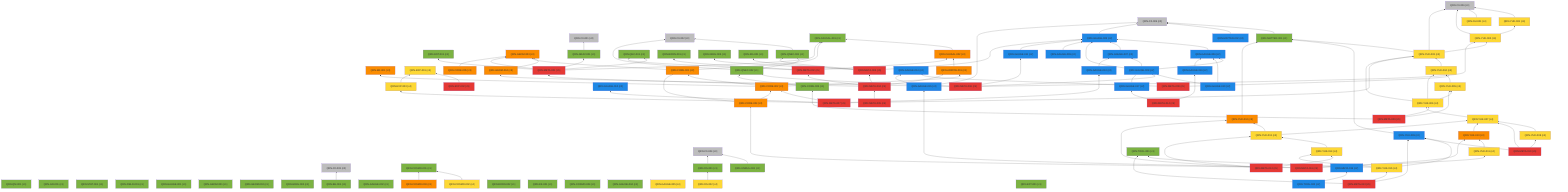
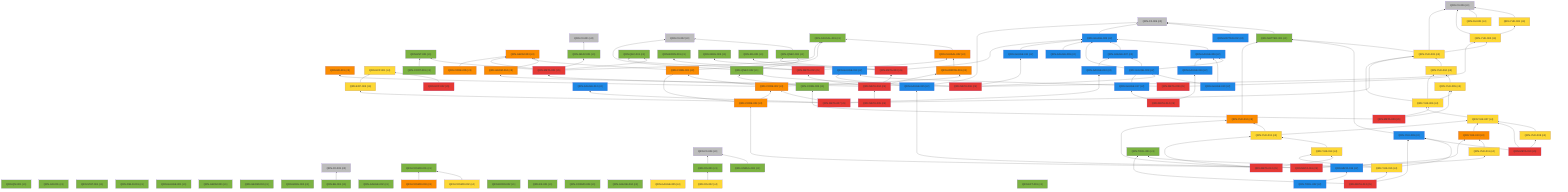
%% 自動生成 (dag/report.pl) — QRN 主張依存グラフ
graph BT
  QRN_C0_001["QRN-C0-001 (c0)"]:::c0
  QRN_C0_002["QRN-C0-002 (c0)"]:::c0
  QRN_C0_003["QRN-C0-003 (c0)"]:::c0
  QRN_C0_004["QRN-C0-004 (c0)"]:::c0
  QRN_C0_005["QRN-C0-005 (c0)"]:::c0
  QRN_C0_006["QRN-C0-006 (c0)"]:::c0
  QRN_QM_001["QRN-QM-001 (c1)"]:::c1
  QRN_GR_001["QRN-GR-001 (c1)"]:::c1
  QRN_STAT_001["QRN-STAT-001 (c1)"]:::c1
  QRN_FIELD_001["QRN-FIELD-001 (c1)"]:::c1
  QRN_GAUGE_001["QRN-GAUGE-001 (c1)"]:::c1
  QRN_ENT_001["QRN-ENT-001 (c1)"]:::c1
  QRN_GEOM_001["QRN-GEOM-001 (c1)"]:::c1
  QRN_GEOM_002["QRN-GEOM-002 (c1)"]:::c1
  QRN_GEOM_003["QRN-GEOM-003 (c3)"]:::c3
  QRN_GRAV_001["QRN-GRAV-001 (c1)"]:::c1
  QRN_GRAV_002["QRN-GRAV-002 (c1)"]:::c1
  QRN_BH_001["QRN-BH-001 (c1)"]:::c1
  QRN_CAUSAL_001["QRN-CAUSAL-001 (c1)"]:::c1
  QRN_CAUSAL_002["QRN-CAUSAL-002 (c3)"]:::c3
  QRN_ER_001["QRN-ER-001 (c3)"]:::c3
  QRN_QEC_001["QRN-QEC-001 (c1)"]:::c1
  QRN_GAUGE_002["QRN-GAUGE-002 (c1)"]:::c1
  QRN_COSMO_001["QRN-COSMO-001 (c1)"]:::c1
  QRN_COSMO_002["QRN-COSMO-002 (c4)"]:::c4
  QRN_COSMO_003["QRN-COSMO-003 (c3)"]:::c3
  QRN_BORN_001["QRN-BORN-001 (c1)"]:::c1
  QRN_BORN_002["QRN-BORN-002 (c1)"]:::c1
  QRN_GRAV_003["QRN-GRAV-003 (c1)"]:::c1
  QRN_KK_001["QRN-KK-001 (c1)"]:::c1
  QRN_MATTER_001["QRN-MATTER-001 (c1)"]:::c1
  QRN_MATTER_002["QRN-MATTER-002 (c2)"]:::c2
  QRN_COSMO_004["QRN-COSMO-004 (c1)"]:::c1
  QRN_EXP_001["QRN-EXP-001 (c4)"]:::c4
  QRN_GAUGE_003["QRN-GAUGE-003 (c2)"]:::c2
  QRN_GAUGE_004["QRN-GAUGE-004 (c1)"]:::c1
  QRN_GAUGE_005["QRN-GAUGE-005 (c4)"]:::c4
  QRN_YUK_001["QRN-YUK-001 (c4)"]:::c4
  QRN_RG_001["QRN-RG-001 (c1)"]:::c1
  QRN_UNRUH_001["QRN-UNRUH-001 (c1)"]:::c1
  QRN_QNEC_001["QRN-QNEC-001 (c1)"]:::c1
  QRN_NU_001["QRN-NU-001 (c4)"]:::c4
  QRN_GAUGE_006["QRN-GAUGE-006 (c2)"]:::c2
  QRN_DS_001["QRN-DS-001 (c1)"]:::c1
  QRN_DS_002["QRN-DS-002 (c4)"]:::c4
  QRN_ARROW_001["QRN-ARROW-001 (c3)"]:::c3
  QRN_GAUGE_007["QRN-GAUGE-007 (c2)"]:::c2
  QRN_EFT_001["QRN-EFT-001 (c1)"]:::c1
  QRN_GAUGE_008["QRN-GAUGE-008 (c2)"]:::c2
  QRN_GAUGE_009["QRN-GAUGE-009 (c2)"]:::c2
  QRN_GAUGE_010["QRN-GAUGE-010 (c2)"]:::c2
  QRN_QNEC_002["QRN-QNEC-002 (c1)"]:::c1
  QRN_GEOM_004["QRN-GEOM-004 (c3)"]:::c3
  QRN_YUK_002["QRN-YUK-002 (c4)"]:::c4
  QRN_EXP_002["QRN-EXP-002 (c5)"]:::c5
  QRN_CORE_001["QRN-CORE-001 (c3)"]:::c3
  QRN_GAUGE_011["QRN-GAUGE-011 (c2)"]:::c2
  QRN_GAUGE_012["QRN-GAUGE-012 (c2)"]:::c2
  QRN_YUK_003["QRN-YUK-003 (c4)"]:::c4
  QRN_EXP_003["QRN-EXP-003 (c4)"]:::c4
  QRN_CORE_002["QRN-CORE-002 (c3)"]:::c3
  QRN_GAUGE_013["QRN-GAUGE-013 (c2)"]:::c2
  QRN_YUK_004["QRN-YUK-004 (c4)"]:::c4
  QRN_GAUGE_014["QRN-GAUGE-014 (c2)"]:::c2
  QRN_META_001["QRN-META-001 (c5)"]:::c5
  QRN_META_002["QRN-META-002 (c5)"]:::c5
  QRN_META_003["QRN-META-003 (c5)"]:::c5
  QRN_META_004["QRN-META-004 (c5)"]:::c5
  QRN_META_005["QRN-META-005 (c5)"]:::c5
  QRN_META_006["QRN-META-006 (c5)"]:::c5
  QRN_META_007["QRN-META-007 (c5)"]:::c5
  QRN_META_008["QRN-META-008 (c5)"]:::c5
  QRN_YUK_005["QRN-YUK-005 (c4)"]:::c4
  QRN_YUK_006["QRN-YUK-006 (c4)"]:::c4
  QRN_CORE_003["QRN-CORE-003 (c1)"]:::c1
  QRN_META_009["QRN-META-009 (c5)"]:::c5
  QRN_YUK_007["QRN-YUK-007 (c4)"]:::c4
  QRN_YUK_008["QRN-YUK-008 (c4)"]:::c4
  QRN_YUK_009["QRN-YUK-009 (c2)"]:::c2
  QRN_META_010["QRN-META-010 (c5)"]:::c5
  QRN_GAUGE_015["QRN-GAUGE-015 (c2)"]:::c2
  QRN_YUK_010["QRN-YUK-010 (c3)"]:::c3
  QRN_YUK_011["QRN-YUK-011 (c4)"]:::c4
  QRN_CORE_004["QRN-CORE-004 (c3)"]:::c3
  QRN_META_011["QRN-META-011 (c5)"]:::c5
  QRN_YUK_012["QRN-YUK-012 (c3)"]:::c3
  QRN_YUK_013["QRN-YUK-013 (c4)"]:::c4
  QRN_YUK_014["QRN-YUK-014 (c4)"]:::c4
  QRN_META_012["QRN-META-012 (c5)"]:::c5
  QRN_TOOL_001["QRN-TOOL-001 (c1)"]:::c1
  QRN_YUK_015["QRN-YUK-015 (c4)"]:::c4
  QRN_META_013["QRN-META-013 (c5)"]:::c5
  QRN_GAUGE_016["QRN-GAUGE-016 (c2)"]:::c2
  QRN_GAUGE_017["QRN-GAUGE-017 (c2)"]:::c2
  QRN_META_014["QRN-META-014 (c5)"]:::c5
  QRN_META_015["QRN-META-015 (c2)"]:::c2
  QRN_TOOL_002["QRN-TOOL-002 (c2)"]:::c2
  QRN_CORE_005["QRN-CORE-005 (c3)"]:::c3
+   QRN_CONT_001["QRN-CONT-001 (c1)"]:::c1
  QRN_GRAV_001 --> QRN_C0_001
  QRN_BH_001 --> QRN_C0_003
  QRN_CAUSAL_002 --> QRN_CAUSAL_001
  QRN_COSMO_002 --> QRN_COSMO_001
  QRN_COSMO_003 --> QRN_COSMO_001
  QRN_MATTER_001 --> QRN_C0_005
  QRN_MATTER_002 --> QRN_C0_005
  QRN_GAUGE_003 --> QRN_C0_005
  QRN_YUK_001 --> QRN_C0_006
  QRN_UNRUH_001 --> QRN_C0_004
  QRN_QNEC_001 --> QRN_C0_002
  QRN_NU_001 --> QRN_C0_006
  QRN_GAUGE_006 --> QRN_GAUGE_003
  QRN_DS_001 --> QRN_C0_004
  QRN_DS_002 --> QRN_DS_001
  QRN_ARROW_001 --> QRN_CAUSAL_002
  QRN_GAUGE_007 --> QRN_GAUGE_003
  QRN_GAUGE_008 --> QRN_GAUGE_003
  QRN_GAUGE_008 --> QRN_GAUGE_006
  QRN_GAUGE_008 --> QRN_GAUGE_007
  QRN_GAUGE_009 --> QRN_GAUGE_003
  QRN_GAUGE_010 --> QRN_GAUGE_006
  QRN_GAUGE_010 --> QRN_GAUGE_008
  QRN_QNEC_002 --> QRN_C0_002
  QRN_QNEC_002 --> QRN_QNEC_001
  QRN_GEOM_004 --> QRN_GEOM_003
  QRN_YUK_002 --> QRN_C0_006
  QRN_YUK_002 --> QRN_YUK_001
  QRN_EXP_002 --> QRN_EXP_001
  QRN_CORE_001 --> QRN_GEOM_003
  QRN_CORE_001 --> QRN_CAUSAL_001
  QRN_GAUGE_011 --> QRN_GAUGE_003
  QRN_YUK_003 --> QRN_C0_006
  QRN_YUK_003 --> QRN_MATTER_001
  QRN_YUK_003 --> QRN_YUK_002
  QRN_EXP_003 --> QRN_EXP_001
  QRN_CORE_002 --> QRN_CORE_001
  QRN_CORE_002 --> QRN_ER_001
  QRN_CORE_002 --> QRN_ARROW_001
  QRN_GAUGE_013 --> QRN_GAUGE_007
  QRN_YUK_004 --> QRN_YUK_003
  QRN_META_001 --> QRN_GEOM_003
  QRN_META_001 --> QRN_GRAV_001
  QRN_META_001 --> QRN_CAUSAL_001
  QRN_META_001 --> QRN_QEC_001
  QRN_META_001 --> QRN_ENT_001
  QRN_META_002 --> QRN_QEC_001
  QRN_META_002 --> QRN_BORN_001
  QRN_META_002 --> QRN_CAUSAL_002
  QRN_META_003 --> QRN_GAUGE_003
  QRN_META_003 --> QRN_RG_001
  QRN_META_003 --> QRN_QNEC_001
  QRN_META_003 --> QRN_GRAV_003
  QRN_META_004 --> QRN_META_001
  QRN_META_004 --> QRN_META_002
  QRN_META_004 --> QRN_META_003
  QRN_META_004 --> QRN_ARROW_001
  QRN_META_005 --> QRN_META_004
  QRN_META_006 --> QRN_GAUGE_008
  QRN_META_006 --> QRN_QNEC_002
  QRN_META_006 --> QRN_GEOM_004
  QRN_META_006 --> QRN_YUK_002
  QRN_META_006 --> QRN_GAUGE_011
  QRN_META_007 --> QRN_GAUGE_012
  QRN_META_007 --> QRN_YUK_003
  QRN_META_007 --> QRN_EXP_003
  QRN_META_007 --> QRN_CORE_002
  QRN_META_007 --> QRN_GAUGE_013
  QRN_META_008 --> QRN_YUK_004
  QRN_META_008 --> QRN_GAUGE_014
  QRN_YUK_005 --> QRN_YUK_004
  QRN_YUK_006 --> QRN_YUK_003
  QRN_YUK_006 --> QRN_YUK_004
  QRN_YUK_006 --> QRN_YUK_005
  QRN_CORE_003 --> QRN_QNEC_002
  QRN_META_009 --> QRN_YUK_005
  QRN_META_009 --> QRN_YUK_006
  QRN_META_009 --> QRN_CORE_003
  QRN_YUK_007 --> QRN_YUK_006
  QRN_YUK_008 --> QRN_YUK_007
  QRN_YUK_009 --> QRN_MATTER_001
  QRN_META_010 --> QRN_YUK_007
  QRN_META_010 --> QRN_YUK_008
  QRN_META_010 --> QRN_YUK_009
  QRN_GAUGE_015 --> QRN_C0_005
  QRN_GAUGE_015 --> QRN_GAUGE_014
  QRN_YUK_010 --> QRN_YUK_007
  QRN_YUK_011 --> QRN_YUK_010
  QRN_CORE_004 --> QRN_CORE_001
  QRN_CORE_004 --> QRN_CORE_002
  QRN_META_011 --> QRN_GAUGE_015
  QRN_META_011 --> QRN_YUK_010
  QRN_META_011 --> QRN_YUK_011
  QRN_META_011 --> QRN_CORE_004
  QRN_YUK_012 --> QRN_MATTER_001
  QRN_YUK_013 --> QRN_YUK_012
  QRN_YUK_013 --> QRN_YUK_007
  QRN_YUK_014 --> QRN_YUK_013
  QRN_META_012 --> QRN_YUK_012
  QRN_META_012 --> QRN_YUK_013
  QRN_META_012 --> QRN_YUK_014
  QRN_YUK_015 --> QRN_YUK_014
  QRN_YUK_015 --> QRN_TOOL_001
  QRN_YUK_015 --> QRN_YUK_009
  QRN_META_013 --> QRN_YUK_015
  QRN_META_013 --> QRN_TOOL_001
  QRN_META_013 --> QRN_YUK_009
  QRN_GAUGE_016 --> QRN_GAUGE_006
  QRN_GAUGE_017 --> QRN_GAUGE_008
  QRN_META_014 --> QRN_GAUGE_016
  QRN_META_014 --> QRN_GAUGE_017
  QRN_TOOL_002 --> QRN_META_015
  QRN_CORE_005 --> QRN_GEOM_003
+   QRN_CONT_001 --> QRN_ENT_001
  classDef c0 fill:#bdbdbd
  classDef c1 fill:#7cb342
  classDef c2 fill:#1e88e5
  classDef c3 fill:#fb8c00
  classDef c4 fill:#fdd835
  classDef c5 fill:#e53935
